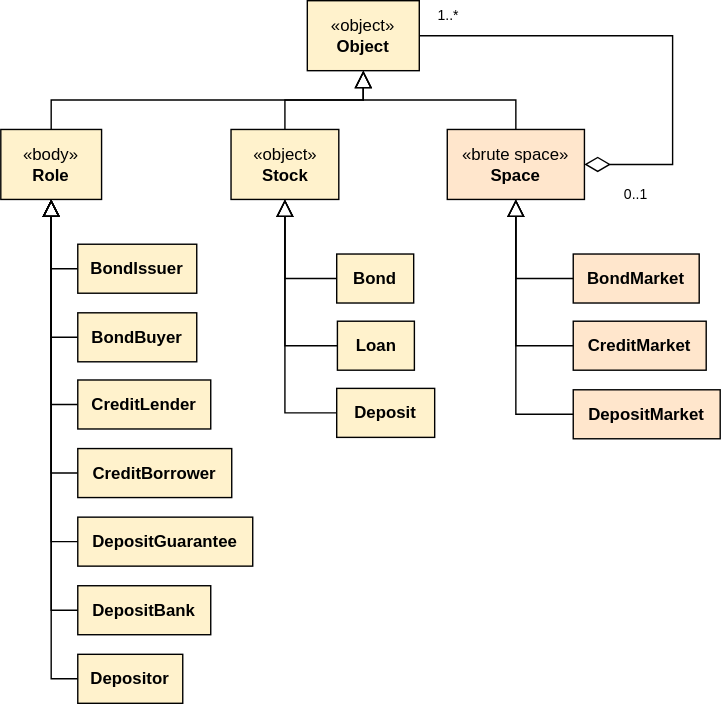
The draw.io diagram docs/diagrams/hierarchy_financial_objects.drawio.svg in MalcomChumchouaPenda/MC-AB-SFC2, before a commit. Source tidied: cells renumbered, new cells last; positions are measured from the earlier drawing's top-left corner, leaving out a move shared by most shapes. Source of this version:
```xml
<mxGraphModel>
  <root>
    <mxCell id="0" />
    <mxCell id="1" parent="0" />
    <mxCell id="2" value="1..*" style="text;html=1;align=center;verticalAlign=middle;whiteSpace=wrap;rounded=0;fontSize=10;strokeColor=none;fontStyle=0;" parent="1" vertex="1">
      <mxGeometry x="305" width="30" height="20" as="geometry" />
    </mxCell>
    <mxCell id="3" value="0..1" style="text;html=1;align=center;verticalAlign=middle;whiteSpace=wrap;rounded=0;fontSize=10;strokeColor=none;fontStyle=0;" parent="1" vertex="1">
      <mxGeometry x="439" y="128" width="30" height="20" as="geometry" />
    </mxCell>
    <mxCell id="4" style="edgeStyle=orthogonalEdgeStyle;html=1;entryX=0;entryY=0.5;entryDx=0;entryDy=0;exitX=0.5;exitY=1;exitDx=0;exitDy=0;rounded=0;curved=0;startArrow=block;startFill=0;endArrow=none;endFill=0;endSize=10;startSize=10;strokeColor=default;" parent="1" edge="1" source="8" target="19">
      <mxGeometry relative="1" as="geometry" />
    </mxCell>
    <mxCell id="5" style="edgeStyle=orthogonalEdgeStyle;html=1;entryX=0;entryY=0.5;entryDx=0;entryDy=0;exitX=0.5;exitY=1;exitDx=0;exitDy=0;rounded=0;curved=0;startArrow=block;startFill=0;endArrow=none;endFill=0;endSize=10;startSize=10;strokeColor=default;" parent="1" edge="1" source="8" target="25">
      <mxGeometry relative="1" as="geometry" />
    </mxCell>
    <mxCell id="6" style="edgeStyle=orthogonalEdgeStyle;html=1;entryX=0;entryY=0.5;entryDx=0;entryDy=0;exitX=0.5;exitY=1;exitDx=0;exitDy=0;rounded=0;curved=0;startArrow=block;startFill=0;endArrow=none;endFill=0;endSize=10;startSize=10;strokeColor=default;" parent="1" edge="1" source="8" target="26">
      <mxGeometry relative="1" as="geometry" />
    </mxCell>
    <mxCell id="7" style="edgeStyle=orthogonalEdgeStyle;html=1;entryX=0;entryY=0.5;entryDx=0;entryDy=0;exitX=0.5;exitY=1;exitDx=0;exitDy=0;rounded=0;curved=0;startArrow=block;startFill=0;endArrow=none;endFill=0;endSize=10;startSize=10;strokeColor=default;" parent="1" edge="1" source="8" target="27">
      <mxGeometry relative="1" as="geometry" />
    </mxCell>
    <mxCell id="8" value="«body»&lt;br&gt;&lt;b&gt;Role&lt;/b&gt;" style="html=1;whiteSpace=wrap;fillColor=#fff2cc;strokeColor=default;" parent="1" vertex="1">
      <mxGeometry y="92" width="72" height="50" as="geometry" />
    </mxCell>
    <mxCell id="9" style="edgeStyle=orthogonalEdgeStyle;html=1;entryX=1;entryY=0.5;entryDx=0;entryDy=0;rounded=0;exitX=1;exitY=0.5;exitDx=0;exitDy=0;strokeColor=default;endArrow=none;endFill=0;startArrow=diamondThin;startFill=0;endSize=16;startSize=16;" parent="1" edge="1" source="10" target="18">
      <mxGeometry relative="1" as="geometry">
        <Array as="points">
          <mxPoint x="480" y="117" />
          <mxPoint x="480" y="25" />
        </Array>
      </mxGeometry>
    </mxCell>
    <mxCell id="10" value="«brute space»&lt;br&gt;&lt;b&gt;Space&lt;/b&gt;" style="html=1;whiteSpace=wrap;fillColor=#ffe6cc;strokeColor=default;" parent="1" vertex="1">
      <mxGeometry x="319" y="92" width="98" height="50" as="geometry" />
    </mxCell>
    <mxCell id="11" style="edgeStyle=orthogonalEdgeStyle;html=1;entryX=0;entryY=0.5;entryDx=0;entryDy=0;exitX=0.5;exitY=1;exitDx=0;exitDy=0;rounded=0;curved=0;endArrow=none;endFill=0;startArrow=block;startFill=0;endSize=10;startSize=10;strokeColor=default;" parent="1" edge="1" source="14" target="22">
      <mxGeometry relative="1" as="geometry" />
    </mxCell>
    <mxCell id="12" style="edgeStyle=orthogonalEdgeStyle;html=1;entryX=0;entryY=0.5;entryDx=0;entryDy=0;exitX=0.5;exitY=1;exitDx=0;exitDy=0;rounded=0;curved=0;endArrow=none;endFill=0;startArrow=block;startFill=0;endSize=10;startSize=10;strokeColor=default;" parent="1" edge="1" source="14" target="23">
      <mxGeometry relative="1" as="geometry" />
    </mxCell>
    <mxCell id="13" style="edgeStyle=orthogonalEdgeStyle;html=1;entryX=0;entryY=0.5;entryDx=0;entryDy=0;exitX=0.5;exitY=1;exitDx=0;exitDy=0;rounded=0;curved=0;endArrow=none;endFill=0;startArrow=block;startFill=0;endSize=10;startSize=10;strokeColor=default;" parent="1" edge="1" source="14" target="24">
      <mxGeometry relative="1" as="geometry" />
    </mxCell>
    <mxCell id="14" value="«object»&lt;br&gt;&lt;b&gt;Stock&lt;/b&gt;" style="html=1;whiteSpace=wrap;fillColor=#fff2cc;strokeColor=default;" parent="1" vertex="1">
      <mxGeometry x="164.5" y="92" width="77" height="50" as="geometry" />
    </mxCell>
    <mxCell id="15" style="edgeStyle=orthogonalEdgeStyle;html=1;exitX=0.5;exitY=1;exitDx=0;exitDy=0;entryX=0.5;entryY=0;entryDx=0;entryDy=0;startArrow=block;startFill=0;endArrow=none;endFill=0;rounded=0;strokeColor=default;endSize=10;startSize=10;" parent="1" edge="1" source="18" target="8">
      <mxGeometry relative="1" as="geometry" />
    </mxCell>
    <mxCell id="16" style="html=1;entryX=0.5;entryY=0;entryDx=0;entryDy=0;exitX=0.5;exitY=1;exitDx=0;exitDy=0;startArrow=block;startFill=0;endArrow=none;endFill=0;rounded=0;strokeColor=default;endSize=10;startSize=10;edgeStyle=orthogonalEdgeStyle;" parent="1" edge="1" source="18" target="14">
      <mxGeometry relative="1" as="geometry" />
    </mxCell>
    <mxCell id="17" style="edgeStyle=orthogonalEdgeStyle;html=1;entryX=0.5;entryY=0;entryDx=0;entryDy=0;exitX=0.5;exitY=1;exitDx=0;exitDy=0;startArrow=block;startFill=0;endArrow=none;endFill=0;rounded=0;strokeColor=default;endSize=10;startSize=10;" parent="1" edge="1" source="18" target="10">
      <mxGeometry relative="1" as="geometry" />
    </mxCell>
    <mxCell id="18" value="«object»&lt;br&gt;&lt;b&gt;Object&lt;/b&gt;" style="html=1;whiteSpace=wrap;fillColor=#fff2cc;strokeColor=default;" parent="1" vertex="1">
      <mxGeometry x="219" width="80" height="50" as="geometry" />
    </mxCell>
    <mxCell id="19" value="&lt;b&gt;BondIssuer&lt;/b&gt;" style="html=1;whiteSpace=wrap;fillColor=#fff2cc;strokeColor=default;" parent="1" vertex="1">
      <mxGeometry x="55" y="174" width="85" height="35" as="geometry" />
    </mxCell>
    <mxCell id="20" value="&lt;b&gt;BondMarket&lt;/b&gt;" style="html=1;whiteSpace=wrap;fillColor=#ffe6cc;strokeColor=default;" parent="1" vertex="1">
      <mxGeometry x="409" y="181" width="90" height="35" as="geometry" />
    </mxCell>
    <mxCell id="21" value="&lt;b&gt;CreditMarket&lt;/b&gt;" style="html=1;whiteSpace=wrap;fillColor=#ffe6cc;strokeColor=default;" parent="1" vertex="1">
      <mxGeometry x="409" y="229" width="95" height="35" as="geometry" />
    </mxCell>
    <mxCell id="22" value="&lt;b&gt;Bond&lt;/b&gt;" style="html=1;whiteSpace=wrap;fillColor=#fff2cc;strokeColor=default;" parent="1" vertex="1">
      <mxGeometry x="240" y="181" width="55" height="35" as="geometry" />
    </mxCell>
    <mxCell id="23" value="&lt;b&gt;Loan&lt;/b&gt;" style="html=1;whiteSpace=wrap;fillColor=#fff2cc;strokeColor=default;" parent="1" vertex="1">
      <mxGeometry x="240.5" y="229" width="55" height="35" as="geometry" />
    </mxCell>
    <mxCell id="24" value="&lt;b&gt;Deposit&lt;/b&gt;" style="html=1;whiteSpace=wrap;fillColor=#fff2cc;strokeColor=default;" parent="1" vertex="1">
      <mxGeometry x="240" y="277" width="70" height="35" as="geometry" />
    </mxCell>
    <mxCell id="25" value="&lt;b&gt;BondBuyer&lt;/b&gt;" style="html=1;whiteSpace=wrap;fillColor=#fff2cc;strokeColor=default;" parent="1" vertex="1">
      <mxGeometry x="55" y="223" width="85" height="35" as="geometry" />
    </mxCell>
    <mxCell id="26" value="&lt;b&gt;CreditLender&lt;/b&gt;" style="html=1;whiteSpace=wrap;fillColor=#fff2cc;strokeColor=default;" parent="1" vertex="1">
      <mxGeometry x="55" y="271" width="95" height="35" as="geometry" />
    </mxCell>
    <mxCell id="27" value="&lt;b&gt;CreditBorrower&lt;/b&gt;" style="html=1;whiteSpace=wrap;fillColor=#fff2cc;strokeColor=default;" parent="1" vertex="1">
      <mxGeometry x="55" y="320" width="110" height="35" as="geometry" />
    </mxCell>
    <mxCell id="28" style="edgeStyle=orthogonalEdgeStyle;html=1;entryX=0;entryY=0.5;entryDx=0;entryDy=0;exitX=0.5;exitY=1;exitDx=0;exitDy=0;rounded=0;curved=0;endArrow=none;endFill=0;startArrow=block;startFill=0;endSize=10;startSize=10;strokeColor=default;" parent="1" edge="1" source="10" target="20">
      <mxGeometry relative="1" as="geometry" />
    </mxCell>
    <mxCell id="29" style="edgeStyle=orthogonalEdgeStyle;html=1;entryX=0;entryY=0.5;entryDx=0;entryDy=0;exitX=0.5;exitY=1;exitDx=0;exitDy=0;rounded=0;curved=0;endArrow=none;endFill=0;startArrow=block;startFill=0;endSize=10;startSize=10;strokeColor=default;" parent="1" edge="1" source="10" target="21">
      <mxGeometry relative="1" as="geometry" />
    </mxCell>
    <mxCell id="30" value="&lt;b&gt;DepositMarket&lt;/b&gt;" style="html=1;whiteSpace=wrap;fillColor=#ffe6cc;strokeColor=default;" parent="1" vertex="1">
      <mxGeometry x="409" y="278" width="105" height="35" as="geometry" />
    </mxCell>
    <mxCell id="31" style="edgeStyle=orthogonalEdgeStyle;html=1;entryX=0;entryY=0.5;entryDx=0;entryDy=0;exitX=0.5;exitY=1;exitDx=0;exitDy=0;rounded=0;curved=0;endArrow=none;endFill=0;startArrow=block;startFill=0;endSize=10;startSize=10;strokeColor=default;" parent="1" edge="1" source="10" target="30">
      <mxGeometry relative="1" as="geometry" />
    </mxCell>
    <mxCell id="32" value="&lt;b&gt;DepositGuarantee&lt;/b&gt;" style="html=1;whiteSpace=wrap;fillColor=#fff2cc;strokeColor=default;" parent="1" vertex="1">
      <mxGeometry x="55" y="369" width="125" height="35" as="geometry" />
    </mxCell>
    <mxCell id="33" value="&lt;b&gt;DepositBank&lt;/b&gt;" style="html=1;whiteSpace=wrap;fillColor=#fff2cc;strokeColor=default;" parent="1" vertex="1">
      <mxGeometry x="55" y="418" width="95" height="35" as="geometry" />
    </mxCell>
    <mxCell id="34" value="&lt;b&gt;Depositor&lt;/b&gt;" style="html=1;whiteSpace=wrap;fillColor=#fff2cc;strokeColor=default;" parent="1" vertex="1">
      <mxGeometry x="55" y="467" width="75" height="35" as="geometry" />
    </mxCell>
    <mxCell id="35" style="edgeStyle=orthogonalEdgeStyle;html=1;entryX=0;entryY=0.5;entryDx=0;entryDy=0;exitX=0.5;exitY=1;exitDx=0;exitDy=0;rounded=0;curved=0;startArrow=block;startFill=0;endArrow=none;endFill=0;endSize=10;startSize=10;strokeColor=default;" parent="1" edge="1" source="8" target="32">
      <mxGeometry relative="1" as="geometry" />
    </mxCell>
    <mxCell id="36" style="edgeStyle=orthogonalEdgeStyle;html=1;entryX=0;entryY=0.5;entryDx=0;entryDy=0;exitX=0.5;exitY=1;exitDx=0;exitDy=0;rounded=0;curved=0;startArrow=block;startFill=0;endArrow=none;endFill=0;endSize=10;startSize=10;strokeColor=default;" parent="1" edge="1" source="8" target="33">
      <mxGeometry relative="1" as="geometry" />
    </mxCell>
    <mxCell id="37" style="edgeStyle=orthogonalEdgeStyle;html=1;entryX=0;entryY=0.5;entryDx=0;entryDy=0;exitX=0.5;exitY=1;exitDx=0;exitDy=0;rounded=0;curved=0;startArrow=block;startFill=0;endArrow=none;endFill=0;endSize=10;startSize=10;strokeColor=default;" parent="1" edge="1" source="8" target="34">
      <mxGeometry relative="1" as="geometry" />
    </mxCell>
  </root>
</mxGraphModel>
```
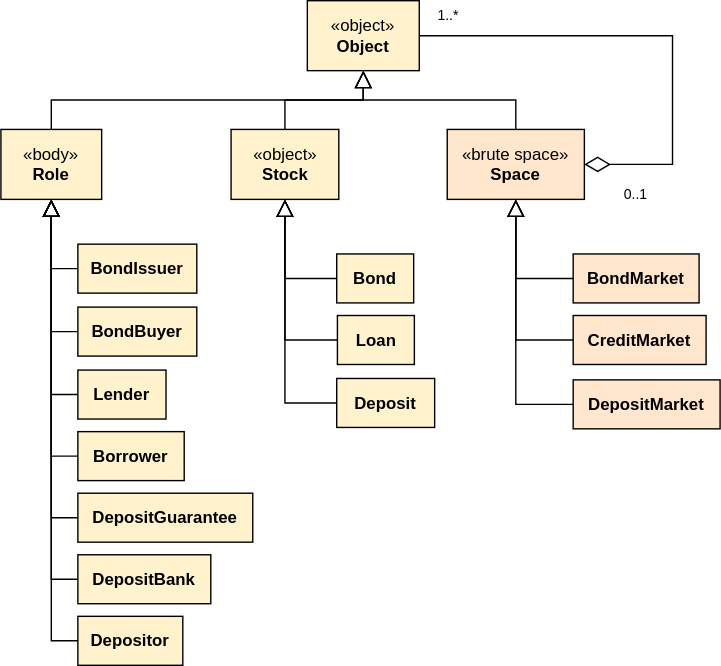
Later version of the same file.

What changed in the source:
```diff
@@ -65,25 +65,25 @@
       <mxGeometry x="409" y="181" width="90" height="35" as="geometry" />
     </mxCell>
     <mxCell id="21" value="&lt;b&gt;CreditMarket&lt;/b&gt;" style="html=1;whiteSpace=wrap;fillColor=#ffe6cc;strokeColor=default;" parent="1" vertex="1">
-      <mxGeometry x="409" y="229" width="95" height="35" as="geometry" />
+      <mxGeometry x="409" y="225" width="95" height="35" as="geometry" />
     </mxCell>
     <mxCell id="22" value="&lt;b&gt;Bond&lt;/b&gt;" style="html=1;whiteSpace=wrap;fillColor=#fff2cc;strokeColor=default;" parent="1" vertex="1">
       <mxGeometry x="240" y="181" width="55" height="35" as="geometry" />
     </mxCell>
     <mxCell id="23" value="&lt;b&gt;Loan&lt;/b&gt;" style="html=1;whiteSpace=wrap;fillColor=#fff2cc;strokeColor=default;" parent="1" vertex="1">
-      <mxGeometry x="240.5" y="229" width="55" height="35" as="geometry" />
+      <mxGeometry x="240.5" y="225" width="55" height="35" as="geometry" />
     </mxCell>
     <mxCell id="24" value="&lt;b&gt;Deposit&lt;/b&gt;" style="html=1;whiteSpace=wrap;fillColor=#fff2cc;strokeColor=default;" parent="1" vertex="1">
-      <mxGeometry x="240" y="277" width="70" height="35" as="geometry" />
+      <mxGeometry x="240" y="270" width="70" height="35" as="geometry" />
     </mxCell>
     <mxCell id="25" value="&lt;b&gt;BondBuyer&lt;/b&gt;" style="html=1;whiteSpace=wrap;fillColor=#fff2cc;strokeColor=default;" parent="1" vertex="1">
-      <mxGeometry x="55" y="223" width="85" height="35" as="geometry" />
+      <mxGeometry x="55" y="219" width="85" height="35" as="geometry" />
     </mxCell>
-    <mxCell id="26" value="&lt;b&gt;CreditLender&lt;/b&gt;" style="html=1;whiteSpace=wrap;fillColor=#fff2cc;strokeColor=default;" parent="1" vertex="1">
-      <mxGeometry x="55" y="271" width="95" height="35" as="geometry" />
+    <mxCell id="26" value="&lt;b&gt;Lender&lt;/b&gt;" style="html=1;whiteSpace=wrap;fillColor=#fff2cc;strokeColor=default;" parent="1" vertex="1">
+      <mxGeometry x="55" y="264" width="63" height="35" as="geometry" />
     </mxCell>
-    <mxCell id="27" value="&lt;b&gt;CreditBorrower&lt;/b&gt;" style="html=1;whiteSpace=wrap;fillColor=#fff2cc;strokeColor=default;" parent="1" vertex="1">
-      <mxGeometry x="55" y="320" width="110" height="35" as="geometry" />
+    <mxCell id="27" value="&lt;b&gt;Borrower&lt;/b&gt;" style="html=1;whiteSpace=wrap;fillColor=#fff2cc;strokeColor=default;" parent="1" vertex="1">
+      <mxGeometry x="55" y="308" width="76" height="35" as="geometry" />
     </mxCell>
     <mxCell id="28" style="edgeStyle=orthogonalEdgeStyle;html=1;entryX=0;entryY=0.5;entryDx=0;entryDy=0;exitX=0.5;exitY=1;exitDx=0;exitDy=0;rounded=0;curved=0;endArrow=none;endFill=0;startArrow=block;startFill=0;endSize=10;startSize=10;strokeColor=default;" parent="1" edge="1" source="10" target="20">
       <mxGeometry relative="1" as="geometry" />
@@ -92,19 +92,19 @@
       <mxGeometry relative="1" as="geometry" />
     </mxCell>
     <mxCell id="30" value="&lt;b&gt;DepositMarket&lt;/b&gt;" style="html=1;whiteSpace=wrap;fillColor=#ffe6cc;strokeColor=default;" parent="1" vertex="1">
-      <mxGeometry x="409" y="278" width="105" height="35" as="geometry" />
+      <mxGeometry x="409" y="271" width="105" height="35" as="geometry" />
     </mxCell>
     <mxCell id="31" style="edgeStyle=orthogonalEdgeStyle;html=1;entryX=0;entryY=0.5;entryDx=0;entryDy=0;exitX=0.5;exitY=1;exitDx=0;exitDy=0;rounded=0;curved=0;endArrow=none;endFill=0;startArrow=block;startFill=0;endSize=10;startSize=10;strokeColor=default;" parent="1" edge="1" source="10" target="30">
       <mxGeometry relative="1" as="geometry" />
     </mxCell>
     <mxCell id="32" value="&lt;b&gt;DepositGuarantee&lt;/b&gt;" style="html=1;whiteSpace=wrap;fillColor=#fff2cc;strokeColor=default;" parent="1" vertex="1">
-      <mxGeometry x="55" y="369" width="125" height="35" as="geometry" />
+      <mxGeometry x="55" y="352" width="125" height="35" as="geometry" />
     </mxCell>
     <mxCell id="33" value="&lt;b&gt;DepositBank&lt;/b&gt;" style="html=1;whiteSpace=wrap;fillColor=#fff2cc;strokeColor=default;" parent="1" vertex="1">
-      <mxGeometry x="55" y="418" width="95" height="35" as="geometry" />
+      <mxGeometry x="55" y="396" width="95" height="35" as="geometry" />
     </mxCell>
     <mxCell id="34" value="&lt;b&gt;Depositor&lt;/b&gt;" style="html=1;whiteSpace=wrap;fillColor=#fff2cc;strokeColor=default;" parent="1" vertex="1">
-      <mxGeometry x="55" y="467" width="75" height="35" as="geometry" />
+      <mxGeometry x="55" y="440" width="75" height="35" as="geometry" />
     </mxCell>
     <mxCell id="35" style="edgeStyle=orthogonalEdgeStyle;html=1;entryX=0;entryY=0.5;entryDx=0;entryDy=0;exitX=0.5;exitY=1;exitDx=0;exitDy=0;rounded=0;curved=0;startArrow=block;startFill=0;endArrow=none;endFill=0;endSize=10;startSize=10;strokeColor=default;" parent="1" edge="1" source="8" target="32">
       <mxGeometry relative="1" as="geometry" />
```
